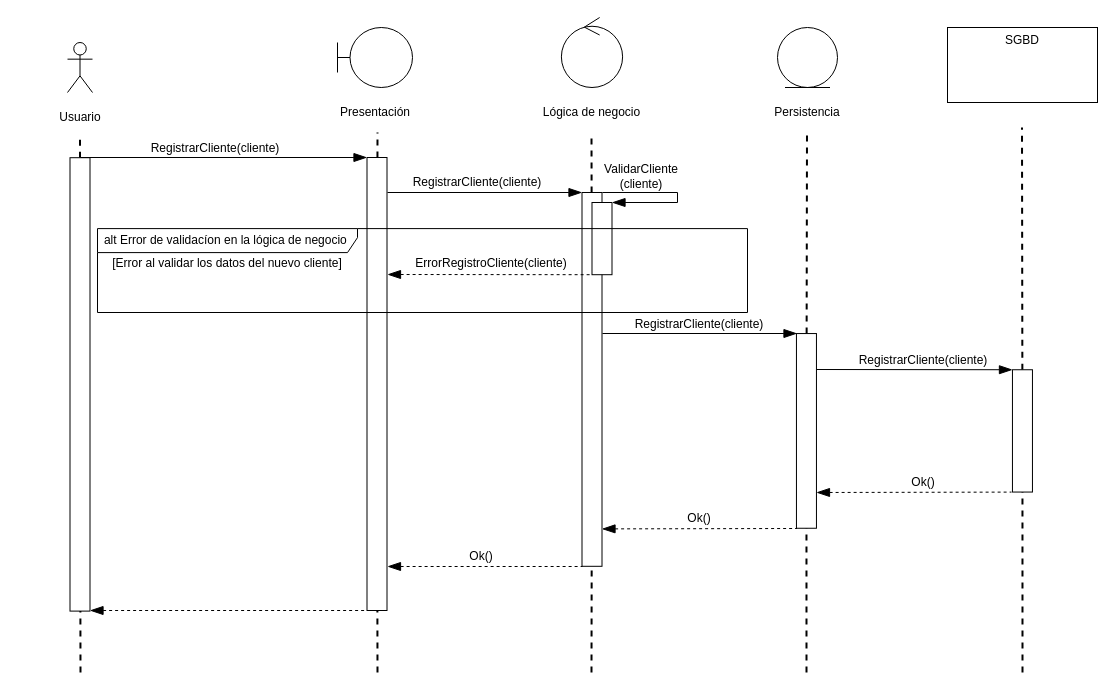
Before: diagramas/diagramas de secuencia/diagramaSecuenciaRegistroCliente.drawio in felipescalera/Proyecto-IR, a draw.io diagram. Source tidied: cells renumbered, new cells numbered last; positions are measured from the earlier drawing's top-left corner, leaving out a move shared by most shapes. Both pictures are drawn from the tidied source at 100%, with x=0, y=0 at pixel (-147, 17).
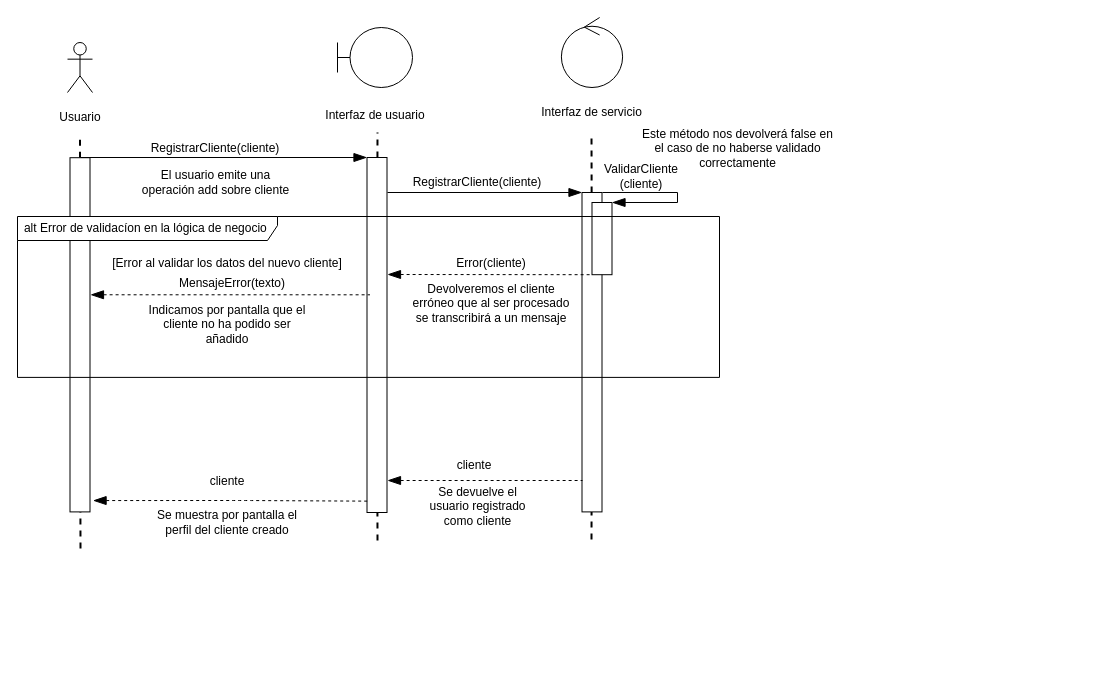
After the change.

Unchanged cells that the change refers to:
```xml
<mxCell id="8" style="group;" parent="1" vertex="1">
  <mxGeometry x="684" width="109" height="105" as="geometry" />
</mxCell>
```

Diff of the diagram source:
```diff
@@
-    <mxCell id="2" style="group;" parent="1" vertex="1">
-      <mxGeometry x="1094" y="10" width="150" height="75" as="geometry" />
-    </mxCell>
-    <mxCell id="3" style="rounded=0;whiteSpace=wrap;html=1;fontColor=none;" parent="2" vertex="1">
-      <mxGeometry width="150" height="75" as="geometry" />
-    </mxCell>
-    <mxCell id="4" value="SGBD" style="text;html=1;strokeColor=none;fillColor=none;align=center;verticalAlign=middle;whiteSpace=wrap;rounded=0;fontColor=none;" parent="2" vertex="1">
-      <mxGeometry x="50" width="50" height="25" as="geometry" />
-    </mxCell>
-    <mxCell id="5" style="group;" parent="1" vertex="1">
-      <mxGeometry x="924" y="10" width="60" height="95" as="geometry" />
-    </mxCell>
-    <mxCell id="6" style="ellipse;shape=umlEntity;whiteSpace=wrap;html=1;" parent="5" vertex="1">
-      <mxGeometry width="60" height="60" as="geometry" />
-    </mxCell>
-    <mxCell id="7" value="Persistencia" style="text;html=1;strokeColor=none;fillColor=none;align=center;verticalAlign=middle;whiteSpace=wrap;rounded=0;fontColor=none;" parent="5" vertex="1">
-      <mxGeometry x="10" y="75" width="40" height="20" as="geometry" />
-    </mxCell>
@@
-    <mxCell id="10" value="Lógica de negocio" style="text;html=1;strokeColor=none;fillColor=none;align=center;verticalAlign=middle;whiteSpace=wrap;rounded=0;fontColor=none;" parent="8" vertex="1">
+    <mxCell id="10" value="Interfaz de servicio" style="text;html=1;strokeColor=none;fillColor=none;align=center;verticalAlign=middle;whiteSpace=wrap;rounded=0;fontColor=none;" parent="8" vertex="1">
       <mxGeometry y="85" width="109" height="20" as="geometry" />
     </mxCell>
     <mxCell id="11" style="group;" parent="1" vertex="1">
-      <mxGeometry x="484" y="10" width="75" height="95" as="geometry" />
+      <mxGeometry x="484" y="10" width="125" height="95" as="geometry" />
     </mxCell>
@@
-    <mxCell id="13" value="Presentación" style="text;html=1;strokeColor=none;fillColor=none;align=center;verticalAlign=middle;whiteSpace=wrap;rounded=0;fontColor=none;" parent="11" vertex="1">
-      <mxGeometry x="17.5" y="75" width="40" height="20" as="geometry" />
+    <mxCell id="13" value="Interfaz de usuario" style="text;html=1;strokeColor=none;fillColor=none;align=center;verticalAlign=middle;whiteSpace=wrap;rounded=0;fontColor=none;" parent="11" vertex="1">
+      <mxGeometry x="-16.2" y="78" width="107.5" height="20" as="geometry" />
     </mxCell>
@@
-    <mxCell id="16" style="endArrow=none;dashed=1;html=1;fontColor=none;strokeWidth=2;" parent="1" edge="1" source="39">
-      <mxGeometry relative="1" as="geometry">
-        <mxPoint x="953.5" y="115" as="targetPoint" />
-      </mxGeometry>
-    </mxCell>
-    <mxCell id="17" style="endArrow=none;dashed=1;html=1;fontColor=none;strokeWidth=2;" parent="1" edge="1" source="42">
-      <mxGeometry relative="1" as="geometry">
-        <mxPoint x="1168.5" y="110" as="targetPoint" />
-      </mxGeometry>
-    </mxCell>
@@
     <mxCell id="22" style="rounded=0;whiteSpace=wrap;html=1;fontColor=none;rotation=90;" parent="1" vertex="1">
-      <mxGeometry x="-0.2" y="356.9" width="453.4" height="20" as="geometry" />
+      <mxGeometry x="49.4" y="307.3" width="354.2" height="20" as="geometry" />
     </mxCell>
     <mxCell id="23" style="endArrow=none;dashed=1;html=1;fontColor=none;strokeWidth=2;" parent="1" edge="1" target="22">
       <mxGeometry relative="1" as="geometry">
-        <mxPoint x="227" y="655" as="sourcePoint" />
+        <mxPoint x="227" y="531" as="sourcePoint" />
       </mxGeometry>
     </mxCell>
     <mxCell id="24" style="rounded=0;whiteSpace=wrap;html=1;fontColor=none;rotation=90;" parent="1" vertex="1">
-      <mxGeometry x="297" y="356.5" width="453" height="20" as="geometry" />
+      <mxGeometry x="346" y="307.5" width="355" height="20" as="geometry" />
     </mxCell>
     <mxCell id="25" style="endArrow=none;dashed=1;html=1;fontColor=none;strokeWidth=2;" parent="1" edge="1" target="24">
       <mxGeometry relative="1" as="geometry">
-        <mxPoint x="524" y="655" as="sourcePoint" />
+        <mxPoint x="524" y="523" as="sourcePoint" />
       </mxGeometry>
     </mxCell>
@@
     <mxCell id="29" style="rounded=0;whiteSpace=wrap;html=1;fontColor=none;rotation=90;" parent="1" vertex="1">
-      <mxGeometry x="551.6" y="351.9" width="373.8" height="20" as="geometry" />
+      <mxGeometry x="578.8" y="324.7" width="319.4" height="20" as="geometry" />
     </mxCell>
     <mxCell id="30" style="endArrow=none;dashed=1;html=1;fontColor=none;strokeWidth=2;" parent="1" edge="1" target="29">
       <mxGeometry relative="1" as="geometry">
-        <mxPoint x="738" y="655" as="sourcePoint" />
+        <mxPoint x="738" y="522" as="sourcePoint" />
       </mxGeometry>
     </mxCell>
@@
-    <mxCell id="37" value="ErrorRegistroCliente(cliente)" style="text;html=1;strokeColor=none;fillColor=none;align=center;verticalAlign=middle;whiteSpace=wrap;rounded=0;fontSize=12;fontColor=none;" parent="1" vertex="1">
+    <mxCell id="37" value="Error(cliente)" style="text;html=1;strokeColor=none;fillColor=none;align=center;verticalAlign=middle;whiteSpace=wrap;rounded=0;fontSize=12;fontColor=none;" parent="1" vertex="1">
       <mxGeometry x="618" y="236.1" width="40" height="20" as="geometry" />
     </mxCell>
-    <mxCell id="38" style="endArrow=blockThin;html=1;strokeWidth=1;fontColor=none;endFill=1;endSize=11;entryX=0;entryY=1;entryDx=0;entryDy=0;" parent="1" edge="1">
-      <mxGeometry relative="1" as="geometry">
-        <mxPoint x="749" y="316" as="sourcePoint" />
-        <mxPoint x="943.5" y="316" as="targetPoint" />
-      </mxGeometry>
-    </mxCell>
-    <mxCell id="39" style="rounded=0;whiteSpace=wrap;html=1;fontColor=none;rotation=90;" parent="1" vertex="1">
-      <mxGeometry x="855.6" y="403.4" width="194.7" height="20" as="geometry" />
-    </mxCell>
-    <mxCell id="40" style="endArrow=none;dashed=1;html=1;fontColor=none;strokeWidth=2;" parent="1" edge="1" target="39">
-      <mxGeometry relative="1" as="geometry">
-        <mxPoint x="953" y="655" as="sourcePoint" />
-      </mxGeometry>
-    </mxCell>
-    <mxCell id="41" value="RegistrarCliente(cliente)" style="text;html=1;strokeColor=none;fillColor=none;align=center;verticalAlign=middle;whiteSpace=wrap;rounded=0;fontSize=12;fontColor=none;" parent="1" vertex="1">
-      <mxGeometry x="826" y="297" width="40" height="20" as="geometry" />
-    </mxCell>
-    <mxCell id="42" style="rounded=0;whiteSpace=wrap;html=1;fontColor=none;rotation=90;" parent="1" vertex="1">
-      <mxGeometry x="1107.8" y="403.4" width="122.3" height="20" as="geometry" />
-    </mxCell>
-    <mxCell id="43" style="endArrow=none;dashed=1;html=1;fontColor=none;strokeWidth=2;" parent="1" edge="1" target="42">
-      <mxGeometry relative="1" as="geometry">
-        <mxPoint x="1169" y="655" as="sourcePoint" />
-      </mxGeometry>
-    </mxCell>
-    <mxCell id="44" style="endArrow=blockThin;html=1;strokeWidth=1;fontColor=none;endFill=1;endSize=11;entryX=0;entryY=1;entryDx=0;entryDy=0;" parent="1" edge="1" target="42">
-      <mxGeometry relative="1" as="geometry">
-        <mxPoint x="963" y="352" as="sourcePoint" />
-      </mxGeometry>
-    </mxCell>
-    <mxCell id="45" value="RegistrarCliente(cliente)" style="text;html=1;strokeColor=none;fillColor=none;align=center;verticalAlign=middle;whiteSpace=wrap;rounded=0;fontSize=12;fontColor=none;" parent="1" vertex="1">
-      <mxGeometry x="1050.3" y="333.3" width="40" height="20" as="geometry" />
-    </mxCell>
-    <mxCell id="46" style="endArrow=none;html=1;strokeWidth=1;fontColor=none;endFill=0;endSize=11;startArrow=blockThin;startFill=1;startSize=11;dashed=1;entryX=1;entryY=1;entryDx=0;entryDy=0;" parent="1" edge="1">
-      <mxGeometry relative="1" as="geometry">
-        <mxPoint x="963" y="475" as="sourcePoint" />
-        <mxPoint x="1158" y="474.6" as="targetPoint" />
-      </mxGeometry>
-    </mxCell>
     <mxCell id="47" value="alt Error de validacíon en la lógica de negocio&amp;nbsp;" style="shape=umlFrame;whiteSpace=wrap;html=1;fontSize=12;fontColor=none;width=260;height=24;" parent="1" vertex="1">
-      <mxGeometry x="244" y="211.1" width="650" height="83.9" as="geometry" />
+      <mxGeometry x="164" y="199" width="702" height="160.9" as="geometry" />
     </mxCell>
-    <mxCell id="48" value="Ok()" style="text;html=1;strokeColor=none;fillColor=none;align=center;verticalAlign=middle;whiteSpace=wrap;rounded=0;fontSize=12;fontColor=none;" parent="1" vertex="1">
-      <mxGeometry x="1050.3" y="454.5" width="40" height="20" as="geometry" />
-    </mxCell>
-    <mxCell id="49" style="endArrow=none;html=1;strokeWidth=1;fontColor=none;endFill=0;endSize=11;startArrow=blockThin;startFill=1;startSize=11;dashed=1;entryX=1;entryY=1;entryDx=0;entryDy=0;" parent="1" edge="1">
-      <mxGeometry relative="1" as="geometry">
-        <mxPoint x="748.5" y="511.4" as="sourcePoint" />
-        <mxPoint x="943.5" y="511" as="targetPoint" />
-      </mxGeometry>
-    </mxCell>
-    <mxCell id="50" value="Ok()" style="text;html=1;strokeColor=none;fillColor=none;align=center;verticalAlign=middle;whiteSpace=wrap;rounded=0;fontSize=12;fontColor=none;" parent="1" vertex="1">
-      <mxGeometry x="826" y="490.5" width="40" height="20" as="geometry" />
-    </mxCell>
-    <mxCell id="51" value="Ok()" style="text;html=1;strokeColor=none;fillColor=none;align=center;verticalAlign=middle;whiteSpace=wrap;rounded=0;fontSize=12;fontColor=none;" parent="1" vertex="1">
-      <mxGeometry x="608" y="529" width="40" height="20" as="geometry" />
+    <mxCell id="51" value="cliente" style="text;html=1;strokeColor=none;fillColor=none;align=center;verticalAlign=middle;whiteSpace=wrap;rounded=0;fontSize=12;fontColor=none;" parent="1" vertex="1">
+      <mxGeometry x="601" y="438" width="40" height="20" as="geometry" />
     </mxCell>
     <mxCell id="52" style="endArrow=none;html=1;strokeWidth=1;fontColor=none;endFill=0;endSize=11;startArrow=blockThin;startFill=1;startSize=11;dashed=1;entryX=1;entryY=1;entryDx=0;entryDy=0;" parent="1" edge="1">
       <mxGeometry relative="1" as="geometry">
-        <mxPoint x="534" y="549" as="sourcePoint" />
-        <mxPoint x="729" y="549" as="targetPoint" />
+        <mxPoint x="534" y="463" as="sourcePoint" />
+        <mxPoint x="729" y="463" as="targetPoint" />
       </mxGeometry>
     </mxCell>
-    <mxCell id="53" style="endArrow=none;html=1;strokeWidth=1;fontColor=none;endFill=0;endSize=11;startArrow=blockThin;startFill=1;startSize=11;dashed=1;entryX=1;entryY=1;entryDx=0;entryDy=0;" parent="1" edge="1" target="24">
+    <mxCell id="53" style="endArrow=none;html=1;strokeWidth=1;fontColor=none;endFill=0;endSize=11;startArrow=blockThin;startFill=1;startSize=11;dashed=1;exitX=0.968;exitY=-0.154;exitDx=0;exitDy=0;exitPerimeter=0;entryX=0.968;entryY=0.975;entryDx=0;entryDy=0;entryPerimeter=0;" parent="1" edge="1" source="22" target="24">
       <mxGeometry relative="1" as="geometry">
-        <mxPoint x="236.5" y="593" as="sourcePoint" />
+        <Array as="points">
+          <mxPoint x="388" y="483" />
+        </Array>
       </mxGeometry>
     </mxCell>
+    <mxCell id="54" value="El usuario emite una operación add sobre cliente" style="text;html=1;strokeColor=none;fillColor=none;align=center;verticalAlign=middle;whiteSpace=wrap;rounded=0;" parent="1" vertex="1">
+      <mxGeometry x="282.8" y="155" width="158.5" height="20" as="geometry" />
+    </mxCell>
+    <mxCell id="55" style="endArrow=none;html=1;strokeWidth=1;fontColor=none;endFill=0;endSize=11;startArrow=blockThin;startFill=1;startSize=11;dashed=1;entryX=1;entryY=1;entryDx=0;entryDy=0;exitX=0.387;exitY=-0.024;exitDx=0;exitDy=0;exitPerimeter=0;" parent="1" edge="1" source="22">
+      <mxGeometry relative="1" as="geometry">
+        <mxPoint x="516.5" y="277.3" as="targetPoint" />
+      </mxGeometry>
+    </mxCell>
+    <mxCell id="56" value="MensajeError(texto)" style="text;html=1;strokeColor=none;fillColor=none;align=center;verticalAlign=middle;whiteSpace=wrap;rounded=0;fontSize=12;fontColor=none;" parent="1" vertex="1">
+      <mxGeometry x="359" y="256.1" width="40" height="20" as="geometry" />
+    </mxCell>
+    <mxCell id="57" value="Indicamos por pantalla que el cliente no ha podido ser añadido" style="text;html=1;strokeColor=none;fillColor=none;align=center;verticalAlign=middle;whiteSpace=wrap;rounded=0;fontSize=12;fontColor=none;" parent="1" vertex="1">
+      <mxGeometry x="293" y="297" width="162" height="20" as="geometry" />
+    </mxCell>
+    <mxCell id="58" value="Devolveremos el cliente erróneo que al ser procesado se transcribirá a un mensaje" style="text;html=1;strokeColor=none;fillColor=none;align=center;verticalAlign=middle;whiteSpace=wrap;rounded=0;fontSize=12;fontColor=none;" parent="1" vertex="1">
+      <mxGeometry x="557" y="276.1" width="162" height="20" as="geometry" />
+    </mxCell>
+    <mxCell id="59" value="Este método nos devolverá false en el caso de no haberse validado correctamente" style="text;html=1;strokeColor=none;fillColor=none;align=center;verticalAlign=middle;whiteSpace=wrap;rounded=0;fontSize=12;fontColor=none;" parent="1" vertex="1">
+      <mxGeometry x="787" y="121" width="195" height="20" as="geometry" />
+    </mxCell>
+    <mxCell id="60" value="Se devuelve el usuario registrado como cliente" style="text;html=1;strokeColor=none;fillColor=none;align=center;verticalAlign=middle;whiteSpace=wrap;rounded=0;fontSize=12;fontColor=none;" parent="1" vertex="1">
+      <mxGeometry x="562.5" y="479" width="123" height="20" as="geometry" />
+    </mxCell>
+    <mxCell id="61" value="Se muestra por pantalla el perfil del cliente creado" style="text;html=1;strokeColor=none;fillColor=none;align=center;verticalAlign=middle;whiteSpace=wrap;rounded=0;fontSize=12;fontColor=none;" parent="1" vertex="1">
+      <mxGeometry x="300.2" y="495" width="147.5" height="20" as="geometry" />
+    </mxCell>
+    <mxCell id="62" value="cliente" style="text;html=1;strokeColor=none;fillColor=none;align=center;verticalAlign=middle;whiteSpace=wrap;rounded=0;fontSize=12;fontColor=none;" parent="1" vertex="1">
+      <mxGeometry x="354" y="454" width="40" height="20" as="geometry" />
+    </mxCell>
```
